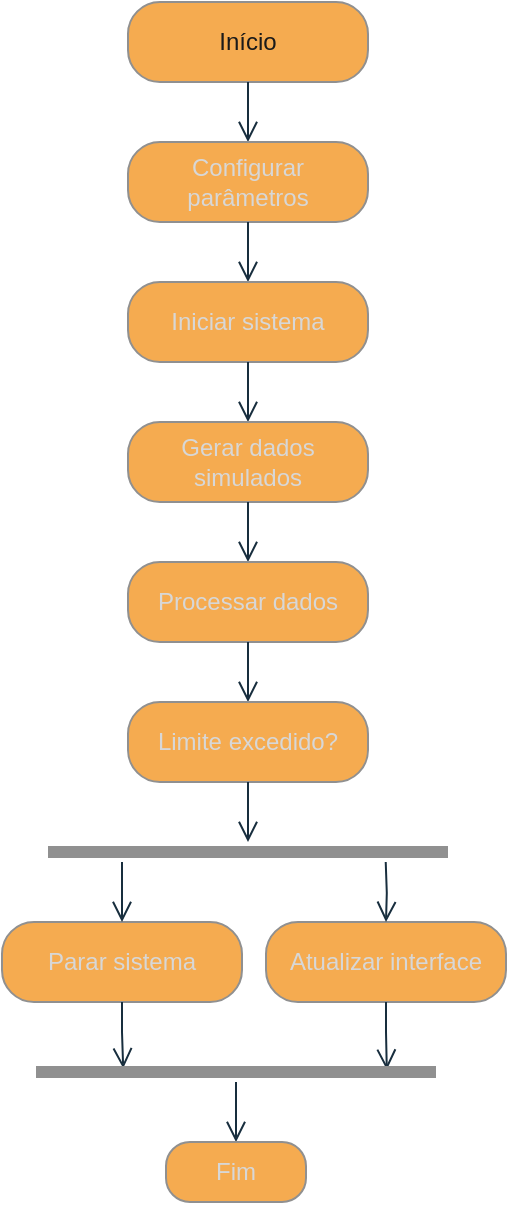
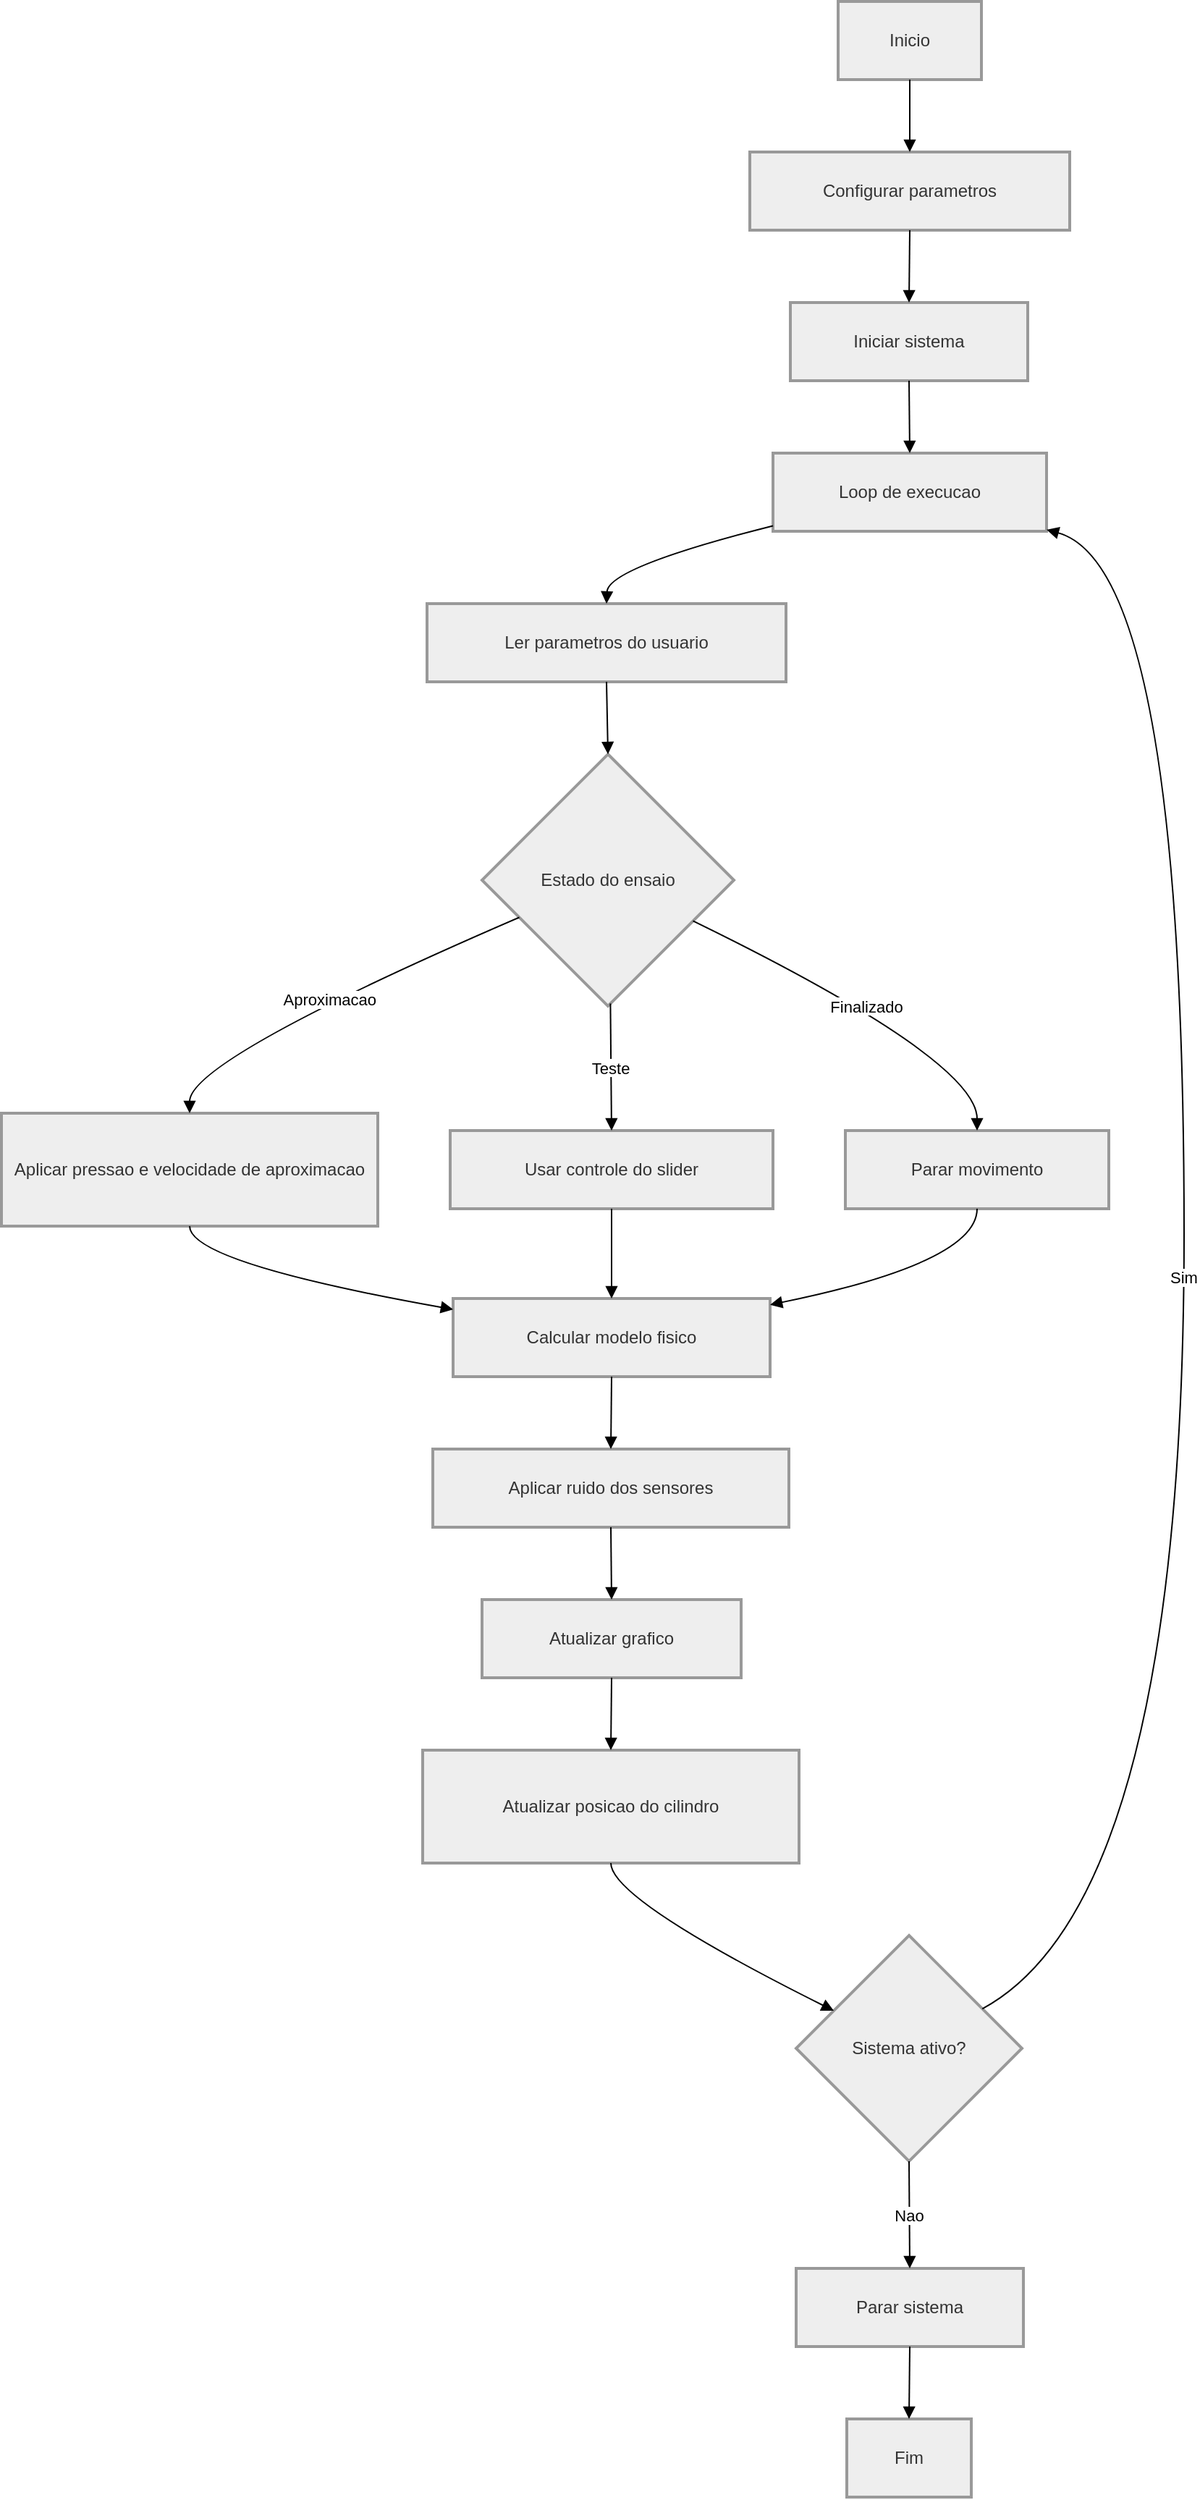
<mxfile host="Electron" agent="Mozilla/5.0 (Windows NT 10.0; Win64; x64) AppleWebKit/537.36 (KHTML, like Gecko) draw.io/29.6.6 Chrome/144.0.7559.236 Electron/40.8.4 Safari/537.36" version="29.6.6">
  <diagram name="Página-1" id="63gYxBsPaarODH8hY1k4">
-     <mxGraphModel dx="434" dy="261" grid="1" gridSize="10" guides="1" tooltips="1" connect="1" arrows="1" fold="1" page="1" pageScale="1" pageWidth="827" pageHeight="1169" background="#FFFFFF" math="0" shadow="0">
+     <mxGraphModel dx="1042" dy="626" grid="0" gridSize="10" guides="1" tooltips="1" connect="1" arrows="1" fold="1" page="1" pageScale="1" pageWidth="827" pageHeight="1169" background="#FFFFFF" math="0" shadow="0">
      <root>
        <mxCell id="0" />
        <mxCell id="1" parent="0" />
-         <mxCell id="O217VQp8zcDYhgJSsDFM-1" parent="1" style="rounded=1;whiteSpace=wrap;html=1;arcSize=40;fontColor=#1A1A1A;fillColor=#F5AB50;strokeColor=#909090;labelBackgroundColor=none;" value="&lt;span style=&quot;&quot;&gt;Início&lt;/span&gt;" vertex="1">
-           <mxGeometry height="40" width="120" x="186" y="30" as="geometry" />
+         <mxCell id="2lG45y4zqZ389ZMwqu5R-1" parent="1" style="whiteSpace=wrap;strokeWidth=2;fillColor=light-dark(#eeeeee,#1f2020);strokeColor=light-dark(#999999,#cccccc);fontColor=light-dark(#333333,#cccccc);" value="Inicio" vertex="1">
+           <mxGeometry height="54" width="99" x="598" y="20" as="geometry" />
        </mxCell>
-         <mxCell id="O217VQp8zcDYhgJSsDFM-2" edge="1" parent="1" source="O217VQp8zcDYhgJSsDFM-1" style="edgeStyle=orthogonalEdgeStyle;html=1;verticalAlign=bottom;endArrow=open;endSize=8;strokeColor=#182E3E;rounded=0;labelBackgroundColor=none;fontColor=default;entryX=0.5;entryY=0;entryDx=0;entryDy=0;" target="O217VQp8zcDYhgJSsDFM-5" value="">
+         <mxCell id="2lG45y4zqZ389ZMwqu5R-2" parent="1" style="whiteSpace=wrap;strokeWidth=2;fillColor=light-dark(#eeeeee,#1f2020);strokeColor=light-dark(#999999,#cccccc);fontColor=light-dark(#333333,#cccccc);" value="Configurar parametros" vertex="1">
+           <mxGeometry height="54" width="221" x="537" y="124" as="geometry" />
+         </mxCell>
+         <mxCell id="2lG45y4zqZ389ZMwqu5R-3" parent="1" style="whiteSpace=wrap;strokeWidth=2;fillColor=light-dark(#eeeeee,#1f2020);strokeColor=light-dark(#999999,#cccccc);fontColor=light-dark(#333333,#cccccc);" value="Iniciar sistema" vertex="1">
+           <mxGeometry height="54" width="164" x="565" y="228" as="geometry" />
+         </mxCell>
+         <mxCell id="2lG45y4zqZ389ZMwqu5R-4" parent="1" style="whiteSpace=wrap;strokeWidth=2;fillColor=light-dark(#eeeeee,#1f2020);strokeColor=light-dark(#999999,#cccccc);fontColor=light-dark(#333333,#cccccc);" value="Loop de execucao" vertex="1">
+           <mxGeometry height="54" width="189" x="553" y="332" as="geometry" />
+         </mxCell>
+         <mxCell id="2lG45y4zqZ389ZMwqu5R-5" parent="1" style="whiteSpace=wrap;strokeWidth=2;fillColor=light-dark(#eeeeee,#1f2020);strokeColor=light-dark(#999999,#cccccc);fontColor=light-dark(#333333,#cccccc);" value="Ler parametros do usuario" vertex="1">
+           <mxGeometry height="54" width="248" x="314" y="436" as="geometry" />
+         </mxCell>
+         <mxCell id="2lG45y4zqZ389ZMwqu5R-6" parent="1" style="rhombus;strokeWidth=2;whiteSpace=wrap;fillColor=light-dark(#eeeeee,#1f2020);strokeColor=light-dark(#999999,#cccccc);fontColor=light-dark(#333333,#cccccc);" value="Estado do ensaio" vertex="1">
+           <mxGeometry height="174" width="174" x="352" y="540" as="geometry" />
+         </mxCell>
+         <mxCell id="2lG45y4zqZ389ZMwqu5R-7" parent="1" style="whiteSpace=wrap;strokeWidth=2;fillColor=light-dark(#eeeeee,#1f2020);strokeColor=light-dark(#999999,#cccccc);fontColor=light-dark(#333333,#cccccc);" value="Aplicar pressao e velocidade de aproximacao" vertex="1">
+           <mxGeometry height="78" width="260" x="20" y="788" as="geometry" />
+         </mxCell>
+         <mxCell id="2lG45y4zqZ389ZMwqu5R-8" parent="1" style="whiteSpace=wrap;strokeWidth=2;fillColor=light-dark(#eeeeee,#1f2020);strokeColor=light-dark(#999999,#cccccc);fontColor=light-dark(#333333,#cccccc);" value="Usar controle do slider" vertex="1">
+           <mxGeometry height="54" width="223" x="330" y="800" as="geometry" />
+         </mxCell>
+         <mxCell id="2lG45y4zqZ389ZMwqu5R-9" parent="1" style="whiteSpace=wrap;strokeWidth=2;fillColor=light-dark(#eeeeee,#1f2020);strokeColor=light-dark(#999999,#cccccc);fontColor=light-dark(#333333,#cccccc);" value="Parar movimento" vertex="1">
+           <mxGeometry height="54" width="182" x="603" y="800" as="geometry" />
+         </mxCell>
+         <mxCell id="2lG45y4zqZ389ZMwqu5R-10" parent="1" style="whiteSpace=wrap;strokeWidth=2;fillColor=light-dark(#eeeeee,#1f2020);strokeColor=light-dark(#999999,#cccccc);fontColor=light-dark(#333333,#cccccc);" value="Calcular modelo fisico" vertex="1">
+           <mxGeometry height="54" width="219" x="332" y="916" as="geometry" />
+         </mxCell>
+         <mxCell id="2lG45y4zqZ389ZMwqu5R-11" parent="1" style="whiteSpace=wrap;strokeWidth=2;fillColor=light-dark(#eeeeee,#1f2020);strokeColor=light-dark(#999999,#cccccc);fontColor=light-dark(#333333,#cccccc);" value="Aplicar ruido dos sensores" vertex="1">
+           <mxGeometry height="54" width="246" x="318" y="1020" as="geometry" />
+         </mxCell>
+         <mxCell id="2lG45y4zqZ389ZMwqu5R-12" parent="1" style="whiteSpace=wrap;strokeWidth=2;fillColor=light-dark(#eeeeee,#1f2020);strokeColor=light-dark(#999999,#cccccc);fontColor=light-dark(#333333,#cccccc);" value="Atualizar grafico" vertex="1">
+           <mxGeometry height="54" width="179" x="352" y="1124" as="geometry" />
+         </mxCell>
+         <mxCell id="2lG45y4zqZ389ZMwqu5R-13" parent="1" style="whiteSpace=wrap;strokeWidth=2;fillColor=light-dark(#eeeeee,#1f2020);strokeColor=light-dark(#999999,#cccccc);fontColor=light-dark(#333333,#cccccc);" value="Atualizar posicao do cilindro" vertex="1">
+           <mxGeometry height="78" width="260" x="311" y="1228" as="geometry" />
+         </mxCell>
+         <mxCell id="2lG45y4zqZ389ZMwqu5R-14" parent="1" style="rhombus;strokeWidth=2;whiteSpace=wrap;fillColor=light-dark(#eeeeee,#1f2020);strokeColor=light-dark(#999999,#cccccc);fontColor=light-dark(#333333,#cccccc);" value="Sistema ativo?" vertex="1">
+           <mxGeometry height="156" width="156" x="569" y="1356" as="geometry" />
+         </mxCell>
+         <mxCell id="2lG45y4zqZ389ZMwqu5R-15" parent="1" style="whiteSpace=wrap;strokeWidth=2;fillColor=light-dark(#eeeeee,#1f2020);strokeColor=light-dark(#999999,#cccccc);fontColor=light-dark(#333333,#cccccc);" value="Parar sistema" vertex="1">
+           <mxGeometry height="54" width="157" x="569" y="1586" as="geometry" />
+         </mxCell>
+         <mxCell id="2lG45y4zqZ389ZMwqu5R-16" parent="1" style="whiteSpace=wrap;strokeWidth=2;fillColor=light-dark(#eeeeee,#1f2020);strokeColor=light-dark(#999999,#cccccc);fontColor=light-dark(#333333,#cccccc);" value="Fim" vertex="1">
+           <mxGeometry height="54" width="86" x="604" y="1690" as="geometry" />
+         </mxCell>
+         <mxCell id="2lG45y4zqZ389ZMwqu5R-17" edge="1" parent="1" source="2lG45y4zqZ389ZMwqu5R-1" style="curved=1;startArrow=none;endArrow=block;exitX=0.5;exitY=1;entryX=0.5;entryY=0;rounded=0;" target="2lG45y4zqZ389ZMwqu5R-2" value="">
          <mxGeometry relative="1" as="geometry">
-             <mxPoint x="246" y="100" as="targetPoint" />
+             <Array as="points" />
          </mxGeometry>
        </mxCell>
-         <mxCell id="O217VQp8zcDYhgJSsDFM-5" parent="1" style="rounded=1;whiteSpace=wrap;html=1;arcSize=40;fontColor=#1A1A1A;fillColor=#F5AB50;strokeColor=#909090;labelBackgroundColor=none;" value="&lt;span style=&quot;color: rgb(215, 215, 215);&quot;&gt;Configurar parâmetros&lt;/span&gt;" vertex="1">
-           <mxGeometry height="40" width="120" x="186" y="100" as="geometry" />
-         </mxCell>
-         <mxCell id="O217VQp8zcDYhgJSsDFM-6" edge="1" parent="1" source="O217VQp8zcDYhgJSsDFM-5" style="edgeStyle=orthogonalEdgeStyle;html=1;verticalAlign=bottom;endArrow=open;endSize=8;strokeColor=#182E3E;rounded=0;fontColor=default;entryX=0.5;entryY=0;entryDx=0;entryDy=0;labelBackgroundColor=none;" target="O217VQp8zcDYhgJSsDFM-7" value="">
+         <mxCell id="2lG45y4zqZ389ZMwqu5R-18" edge="1" parent="1" source="2lG45y4zqZ389ZMwqu5R-2" style="curved=1;startArrow=none;endArrow=block;exitX=0.5;exitY=1;entryX=0.5;entryY=0;rounded=0;" target="2lG45y4zqZ389ZMwqu5R-3" value="">
          <mxGeometry relative="1" as="geometry">
-             <mxPoint x="246" y="228" as="targetPoint" />
+             <Array as="points" />
          </mxGeometry>
        </mxCell>
-         <mxCell id="O217VQp8zcDYhgJSsDFM-7" parent="1" style="rounded=1;whiteSpace=wrap;html=1;arcSize=40;fontColor=#1A1A1A;fillColor=#F5AB50;strokeColor=#909090;labelBackgroundColor=none;" value="&lt;span style=&quot;color: rgb(215, 215, 215);&quot;&gt;Iniciar sistema&lt;/span&gt;" vertex="1">
-           <mxGeometry height="40" width="120" x="186" y="170" as="geometry" />
-         </mxCell>
-         <mxCell id="O217VQp8zcDYhgJSsDFM-8" edge="1" parent="1" source="O217VQp8zcDYhgJSsDFM-7" style="edgeStyle=orthogonalEdgeStyle;html=1;verticalAlign=bottom;endArrow=open;endSize=8;strokeColor=#182E3E;rounded=0;fontColor=default;entryX=0.5;entryY=0;entryDx=0;entryDy=0;labelBackgroundColor=none;" target="O217VQp8zcDYhgJSsDFM-9" value="">
+         <mxCell id="2lG45y4zqZ389ZMwqu5R-19" edge="1" parent="1" source="2lG45y4zqZ389ZMwqu5R-3" style="curved=1;startArrow=none;endArrow=block;exitX=0.5;exitY=1;entryX=0.5;entryY=0;rounded=0;" target="2lG45y4zqZ389ZMwqu5R-4" value="">
          <mxGeometry relative="1" as="geometry">
-             <mxPoint x="246" y="328" as="targetPoint" />
+             <Array as="points" />
          </mxGeometry>
        </mxCell>
-         <mxCell id="O217VQp8zcDYhgJSsDFM-9" parent="1" style="rounded=1;whiteSpace=wrap;html=1;arcSize=40;fontColor=#1A1A1A;fillColor=#F5AB50;strokeColor=#909090;labelBackgroundColor=none;" value="&lt;span style=&quot;color: rgb(215, 215, 215);&quot;&gt;Gerar dados simulados&lt;/span&gt;" vertex="1">
-           <mxGeometry height="40" width="120" x="186" y="240" as="geometry" />
-         </mxCell>
-         <mxCell id="O217VQp8zcDYhgJSsDFM-10" edge="1" parent="1" source="O217VQp8zcDYhgJSsDFM-9" style="edgeStyle=orthogonalEdgeStyle;html=1;verticalAlign=bottom;endArrow=open;endSize=8;strokeColor=#182E3E;rounded=0;fontColor=default;entryX=0.5;entryY=0;entryDx=0;entryDy=0;labelBackgroundColor=none;" target="O217VQp8zcDYhgJSsDFM-13" value="">
+         <mxCell id="2lG45y4zqZ389ZMwqu5R-20" edge="1" parent="1" source="2lG45y4zqZ389ZMwqu5R-4" style="curved=1;startArrow=none;endArrow=block;exitX=0;exitY=0.93;entryX=0.5;entryY=0;rounded=0;" target="2lG45y4zqZ389ZMwqu5R-5" value="">
          <mxGeometry relative="1" as="geometry">
-             <mxPoint x="246" y="430" as="targetPoint" />
+             <Array as="points">
+               <mxPoint x="439" y="411" />
+             </Array>
          </mxGeometry>
        </mxCell>
-         <mxCell id="O217VQp8zcDYhgJSsDFM-13" parent="1" style="rounded=1;whiteSpace=wrap;html=1;arcSize=40;fontColor=#1A1A1A;fillColor=#F5AB50;strokeColor=#909090;labelBackgroundColor=none;" value="&lt;span style=&quot;color: rgb(215, 215, 215);&quot;&gt;Processar dados&lt;/span&gt;" vertex="1">
-           <mxGeometry height="40" width="120" x="186" y="310" as="geometry" />
-         </mxCell>
-         <mxCell id="O217VQp8zcDYhgJSsDFM-14" edge="1" parent="1" source="O217VQp8zcDYhgJSsDFM-13" style="edgeStyle=orthogonalEdgeStyle;html=1;verticalAlign=bottom;endArrow=open;endSize=8;strokeColor=#182E3E;rounded=0;fontColor=default;entryX=0.5;entryY=0;entryDx=0;entryDy=0;labelBackgroundColor=none;" target="O217VQp8zcDYhgJSsDFM-15" value="">
+         <mxCell id="2lG45y4zqZ389ZMwqu5R-21" edge="1" parent="1" source="2lG45y4zqZ389ZMwqu5R-5" style="curved=1;startArrow=none;endArrow=block;exitX=0.5;exitY=1;entryX=0.5;entryY=0;rounded=0;" target="2lG45y4zqZ389ZMwqu5R-6" value="">
          <mxGeometry relative="1" as="geometry">
-             <mxPoint x="246" y="530" as="targetPoint" />
+             <Array as="points" />
          </mxGeometry>
        </mxCell>
-         <mxCell id="O217VQp8zcDYhgJSsDFM-15" parent="1" style="rounded=1;whiteSpace=wrap;html=1;arcSize=40;fontColor=#1A1A1A;fillColor=#F5AB50;strokeColor=#909090;labelBackgroundColor=none;" value="&lt;span style=&quot;color: rgb(215, 215, 215);&quot;&gt;Limite excedido?&lt;/span&gt;" vertex="1">
-           <mxGeometry height="40" width="120" x="186" y="380" as="geometry" />
-         </mxCell>
-         <mxCell id="O217VQp8zcDYhgJSsDFM-16" edge="1" parent="1" source="O217VQp8zcDYhgJSsDFM-15" style="edgeStyle=orthogonalEdgeStyle;html=1;verticalAlign=bottom;endArrow=open;endSize=8;strokeColor=#182E3E;rounded=0;fontColor=default;labelBackgroundColor=none;" target="O217VQp8zcDYhgJSsDFM-19" value="">
+         <mxCell id="2lG45y4zqZ389ZMwqu5R-22" edge="1" parent="1" source="2lG45y4zqZ389ZMwqu5R-6" style="curved=1;startArrow=none;endArrow=block;exitX=0;exitY=0.71;entryX=0.5;entryY=0;rounded=0;" target="2lG45y4zqZ389ZMwqu5R-7" value="Aproximacao">
          <mxGeometry relative="1" as="geometry">
-             <mxPoint x="246" y="460" as="targetPoint" />
+             <Array as="points">
+               <mxPoint x="150" y="751" />
+             </Array>
          </mxGeometry>
        </mxCell>
-         <mxCell id="O217VQp8zcDYhgJSsDFM-19" parent="1" style="shape=line;html=1;strokeWidth=6;strokeColor=#909090;fontColor=#1A1A1A;fillColor=#F5AB50;labelBackgroundColor=none;" value="" vertex="1">
-           <mxGeometry height="10" width="200" x="146" y="450" as="geometry" />
-         </mxCell>
-         <mxCell id="O217VQp8zcDYhgJSsDFM-21" parent="1" style="rounded=1;whiteSpace=wrap;html=1;arcSize=40;fontColor=#1A1A1A;fillColor=#F5AB50;strokeColor=#909090;labelBackgroundColor=none;" value="&lt;span style=&quot;color: rgb(215, 215, 215);&quot;&gt;Parar sistema&lt;/span&gt;" vertex="1">
-           <mxGeometry height="40" width="120" x="123" y="490" as="geometry" />
-         </mxCell>
-         <mxCell id="O217VQp8zcDYhgJSsDFM-22" edge="1" parent="1" source="O217VQp8zcDYhgJSsDFM-21" style="edgeStyle=orthogonalEdgeStyle;html=1;verticalAlign=bottom;endArrow=open;endSize=8;strokeColor=#182E3E;rounded=0;fontColor=default;entryX=0.218;entryY=0.317;entryDx=0;entryDy=0;entryPerimeter=0;labelBackgroundColor=none;" target="O217VQp8zcDYhgJSsDFM-28" value="">
+         <mxCell id="2lG45y4zqZ389ZMwqu5R-23" edge="1" parent="1" source="2lG45y4zqZ389ZMwqu5R-6" style="curved=1;startArrow=none;endArrow=block;exitX=0.51;exitY=1;entryX=0.5;entryY=0;rounded=0;" target="2lG45y4zqZ389ZMwqu5R-8" value="Teste">
          <mxGeometry relative="1" as="geometry">
-             <mxPoint x="183" y="590" as="targetPoint" />
+             <Array as="points">
+               <mxPoint x="441" y="751" />
+             </Array>
          </mxGeometry>
        </mxCell>
-         <mxCell id="O217VQp8zcDYhgJSsDFM-23" parent="1" style="rounded=1;whiteSpace=wrap;html=1;arcSize=40;fontColor=#1A1A1A;fillColor=#F5AB50;strokeColor=#909090;labelBackgroundColor=none;" value="&lt;span style=&quot;color: rgb(215, 215, 215);&quot;&gt;Atualizar interface&lt;/span&gt;" vertex="1">
-           <mxGeometry height="40" width="120" x="255" y="490" as="geometry" />
-         </mxCell>
-         <mxCell id="O217VQp8zcDYhgJSsDFM-24" edge="1" parent="1" source="O217VQp8zcDYhgJSsDFM-23" style="edgeStyle=orthogonalEdgeStyle;html=1;verticalAlign=bottom;endArrow=open;endSize=8;strokeColor=#182E3E;rounded=0;fontColor=default;entryX=0.877;entryY=0.383;entryDx=0;entryDy=0;entryPerimeter=0;labelBackgroundColor=none;" target="O217VQp8zcDYhgJSsDFM-28" value="">
+         <mxCell id="2lG45y4zqZ389ZMwqu5R-24" edge="1" parent="1" source="2lG45y4zqZ389ZMwqu5R-6" style="curved=1;startArrow=none;endArrow=block;exitX=1;exitY=0.74;entryX=0.5;entryY=0;rounded=0;" target="2lG45y4zqZ389ZMwqu5R-9" value="Finalizado">
          <mxGeometry relative="1" as="geometry">
-             <mxPoint x="315" y="590" as="targetPoint" />
+             <Array as="points">
+               <mxPoint x="694" y="751" />
+             </Array>
          </mxGeometry>
        </mxCell>
-         <mxCell id="O217VQp8zcDYhgJSsDFM-26" edge="1" parent="1" source="O217VQp8zcDYhgJSsDFM-19" style="edgeStyle=orthogonalEdgeStyle;html=1;verticalAlign=bottom;endArrow=open;endSize=8;strokeColor=#182E3E;rounded=0;fontColor=default;entryX=0.5;entryY=0;entryDx=0;entryDy=0;labelBackgroundColor=none;" target="O217VQp8zcDYhgJSsDFM-21" value="">
+         <mxCell id="2lG45y4zqZ389ZMwqu5R-25" edge="1" parent="1" source="2lG45y4zqZ389ZMwqu5R-7" style="curved=1;startArrow=none;endArrow=block;exitX=0.5;exitY=1;entryX=0;entryY=0.14;rounded=0;" target="2lG45y4zqZ389ZMwqu5R-10" value="">
          <mxGeometry relative="1" as="geometry">
            <Array as="points">
-               <mxPoint x="183" y="470" />
-               <mxPoint x="183" y="470" />
+               <mxPoint x="150" y="891" />
            </Array>
-             <mxPoint x="210" y="490" as="sourcePoint" />
-             <mxPoint x="210" y="520" as="targetPoint" />
          </mxGeometry>
        </mxCell>
-         <mxCell id="O217VQp8zcDYhgJSsDFM-27" edge="1" parent="1" style="edgeStyle=orthogonalEdgeStyle;html=1;verticalAlign=bottom;endArrow=open;endSize=8;strokeColor=#182E3E;rounded=0;fontColor=default;entryX=0.5;entryY=0;entryDx=0;entryDy=0;labelBackgroundColor=none;" target="O217VQp8zcDYhgJSsDFM-23" value="">
+         <mxCell id="2lG45y4zqZ389ZMwqu5R-26" edge="1" parent="1" source="2lG45y4zqZ389ZMwqu5R-8" style="curved=1;startArrow=none;endArrow=block;exitX=0.5;exitY=1;entryX=0.5;entryY=0;rounded=0;" target="2lG45y4zqZ389ZMwqu5R-10" value="">
          <mxGeometry relative="1" as="geometry">
            <Array as="points" />
-             <mxPoint x="314.86" y="460" as="sourcePoint" />
-             <mxPoint x="314.86" y="520" as="targetPoint" />
          </mxGeometry>
        </mxCell>
-         <mxCell id="O217VQp8zcDYhgJSsDFM-28" parent="1" style="shape=line;html=1;strokeWidth=6;strokeColor=#909090;fontColor=#1A1A1A;fillColor=#F5AB50;labelBackgroundColor=none;" value="" vertex="1">
-           <mxGeometry height="10" width="200" x="140" y="560" as="geometry" />
-         </mxCell>
-         <mxCell id="O217VQp8zcDYhgJSsDFM-29" edge="1" parent="1" source="O217VQp8zcDYhgJSsDFM-28" style="edgeStyle=orthogonalEdgeStyle;html=1;verticalAlign=bottom;endArrow=open;endSize=8;strokeColor=#182E3E;rounded=0;fontColor=default;entryX=0.5;entryY=0;entryDx=0;entryDy=0;labelBackgroundColor=none;" target="O217VQp8zcDYhgJSsDFM-30" value="">
+         <mxCell id="2lG45y4zqZ389ZMwqu5R-27" edge="1" parent="1" source="2lG45y4zqZ389ZMwqu5R-9" style="curved=1;startArrow=none;endArrow=block;exitX=0.5;exitY=1;entryX=1;entryY=0.08;rounded=0;" target="2lG45y4zqZ389ZMwqu5R-10" value="">
          <mxGeometry relative="1" as="geometry">
-             <mxPoint x="240" y="640" as="targetPoint" />
+             <Array as="points">
+               <mxPoint x="694" y="891" />
+             </Array>
          </mxGeometry>
        </mxCell>
-         <mxCell id="O217VQp8zcDYhgJSsDFM-30" parent="1" style="rounded=1;whiteSpace=wrap;html=1;arcSize=40;fontColor=#1A1A1A;fillColor=#F5AB50;strokeColor=#909090;labelBackgroundColor=none;" value="&lt;span style=&quot;color: rgb(215, 215, 215);&quot;&gt;Fim&lt;/span&gt;" vertex="1">
-           <mxGeometry height="30" width="70" x="205" y="600" as="geometry" />
+         <mxCell id="2lG45y4zqZ389ZMwqu5R-28" edge="1" parent="1" source="2lG45y4zqZ389ZMwqu5R-10" style="curved=1;startArrow=none;endArrow=block;exitX=0.5;exitY=1;entryX=0.5;entryY=0;rounded=0;" target="2lG45y4zqZ389ZMwqu5R-11" value="">
+           <mxGeometry relative="1" as="geometry">
+             <Array as="points" />
+           </mxGeometry>
+         </mxCell>
+         <mxCell id="2lG45y4zqZ389ZMwqu5R-29" edge="1" parent="1" source="2lG45y4zqZ389ZMwqu5R-11" style="curved=1;startArrow=none;endArrow=block;exitX=0.5;exitY=1;entryX=0.5;entryY=0;rounded=0;" target="2lG45y4zqZ389ZMwqu5R-12" value="">
+           <mxGeometry relative="1" as="geometry">
+             <Array as="points" />
+           </mxGeometry>
+         </mxCell>
+         <mxCell id="2lG45y4zqZ389ZMwqu5R-30" edge="1" parent="1" source="2lG45y4zqZ389ZMwqu5R-12" style="curved=1;startArrow=none;endArrow=block;exitX=0.5;exitY=1;entryX=0.5;entryY=0;rounded=0;" target="2lG45y4zqZ389ZMwqu5R-13" value="">
+           <mxGeometry relative="1" as="geometry">
+             <Array as="points" />
+           </mxGeometry>
+         </mxCell>
+         <mxCell id="2lG45y4zqZ389ZMwqu5R-31" edge="1" parent="1" source="2lG45y4zqZ389ZMwqu5R-13" style="curved=1;startArrow=none;endArrow=block;exitX=0.5;exitY=1;entryX=0;entryY=0.25;rounded=0;" target="2lG45y4zqZ389ZMwqu5R-14" value="">
+           <mxGeometry relative="1" as="geometry">
+             <Array as="points">
+               <mxPoint x="441" y="1331" />
+             </Array>
+           </mxGeometry>
+         </mxCell>
+         <mxCell id="2lG45y4zqZ389ZMwqu5R-32" edge="1" parent="1" source="2lG45y4zqZ389ZMwqu5R-14" style="curved=1;startArrow=none;endArrow=block;exitX=1;exitY=0.23;entryX=1;entryY=0.98;rounded=0;" target="2lG45y4zqZ389ZMwqu5R-4" value="Sim">
+           <mxGeometry relative="1" as="geometry">
+             <Array as="points">
+               <mxPoint x="837" y="1331" />
+               <mxPoint x="837" y="411" />
+             </Array>
+           </mxGeometry>
+         </mxCell>
+         <mxCell id="2lG45y4zqZ389ZMwqu5R-33" edge="1" parent="1" source="2lG45y4zqZ389ZMwqu5R-14" style="curved=1;startArrow=none;endArrow=block;exitX=0.5;exitY=1;entryX=0.5;entryY=0;rounded=0;" target="2lG45y4zqZ389ZMwqu5R-15" value="Nao">
+           <mxGeometry relative="1" as="geometry">
+             <Array as="points" />
+           </mxGeometry>
+         </mxCell>
+         <mxCell id="2lG45y4zqZ389ZMwqu5R-34" edge="1" parent="1" source="2lG45y4zqZ389ZMwqu5R-15" style="curved=1;startArrow=none;endArrow=block;exitX=0.5;exitY=1;entryX=0.5;entryY=0;rounded=0;" target="2lG45y4zqZ389ZMwqu5R-16" value="">
+           <mxGeometry relative="1" as="geometry">
+             <Array as="points" />
+           </mxGeometry>
        </mxCell>
      </root>
    </mxGraphModel>
  </diagram>
</mxfile>
